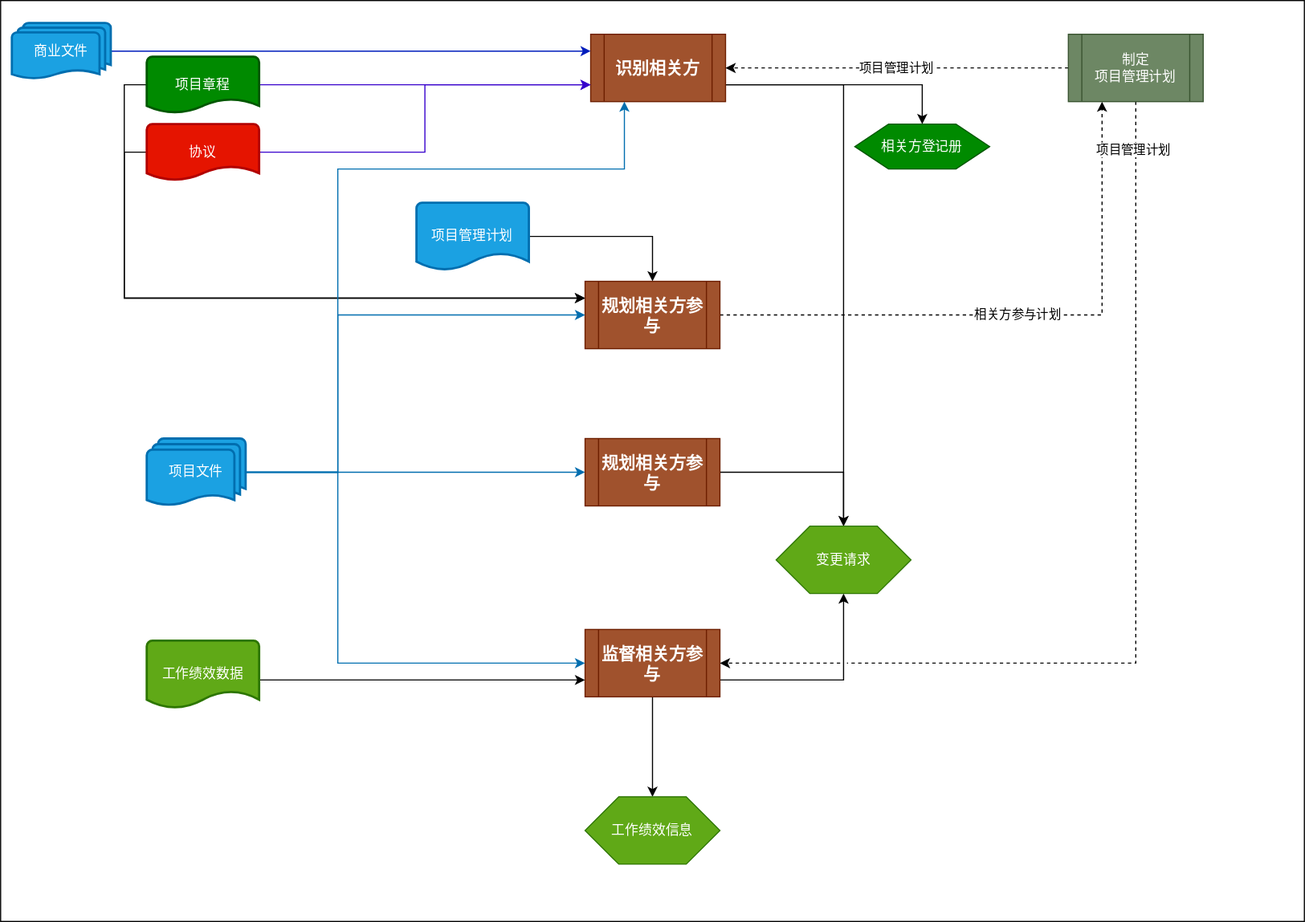
The draw.io diagram docs/related_parties_management/relation.drawio.svg in AlvinLicuntao/pmp-note, before a commit. Source tidied: cells renumbered, new cells last; positions are measured from the earlier drawing's top-left corner, leaving out a move shared by most shapes.
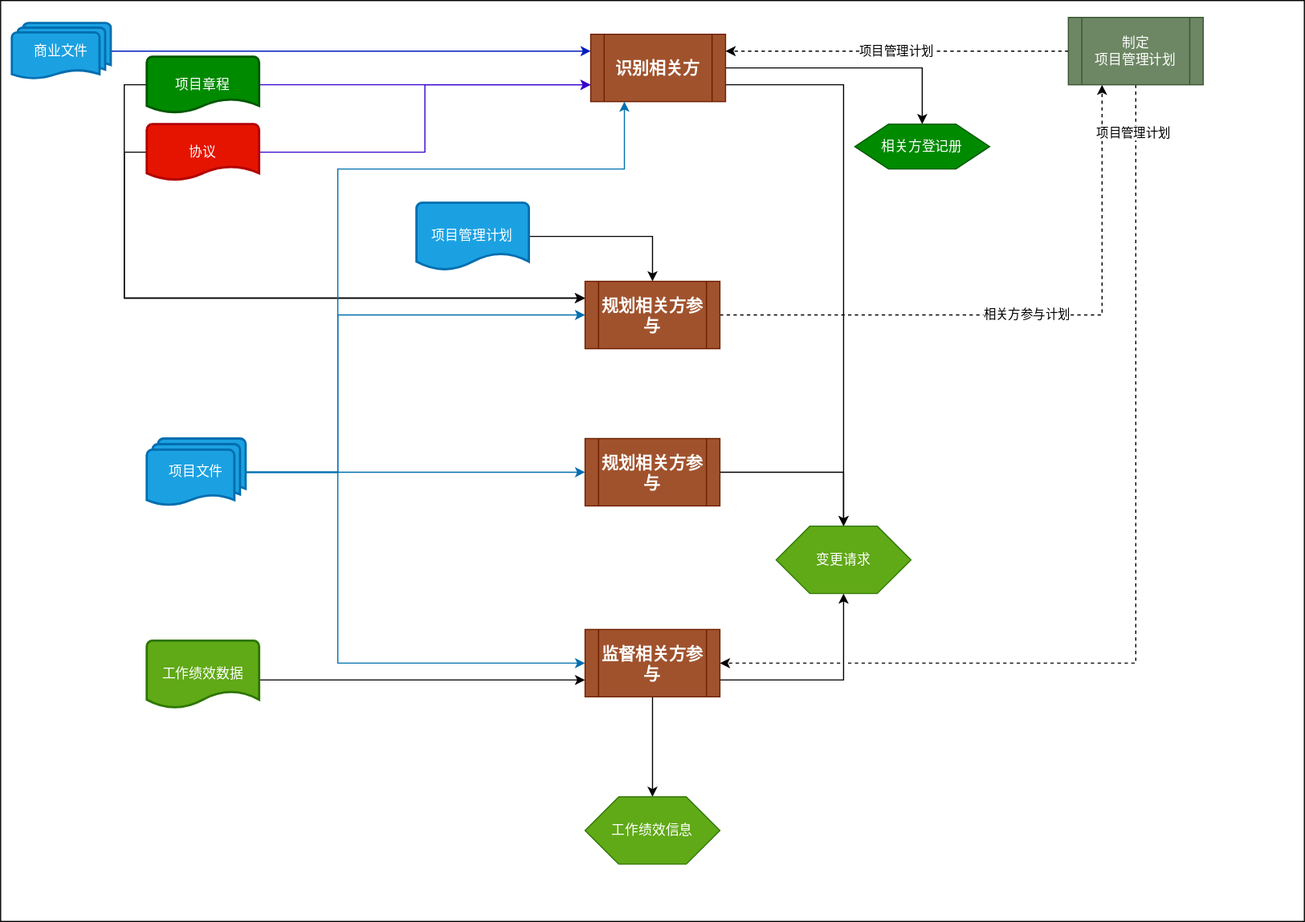
Later version of the same file.

Commit message:
修改相关方关联关系

What changed in the source:
```diff
@@ -5,7 +5,7 @@
     <mxCell id="2" style="rounded=0;whiteSpace=wrap;html=1;" parent="1" vertex="1">
       <mxGeometry width="1160" height="820" as="geometry" />
     </mxCell>
-    <mxCell id="3" style="edgeStyle=orthogonalEdgeStyle;rounded=0;jettySize=auto;html=1;exitX=1;exitY=0.75;exitDx=0;exitDy=0;entryX=0.5;entryY=0;entryDx=0;entryDy=0;" parent="1" edge="1" source="5" target="36">
+    <mxCell id="3" style="edgeStyle=orthogonalEdgeStyle;rounded=0;jettySize=auto;html=1;exitX=1;exitY=0.5;exitDx=0;exitDy=0;entryX=0.5;entryY=0;entryDx=0;entryDy=0;" parent="1" edge="1" source="5" target="36">
       <mxGeometry relative="1" as="geometry" />
     </mxCell>
     <mxCell id="4" style="edgeStyle=orthogonalEdgeStyle;rounded=0;jettySize=auto;html=1;exitX=1;exitY=0.75;exitDx=0;exitDy=0;" parent="1" edge="1" source="5" target="35">
@@ -53,11 +53,11 @@
     <mxCell id="18" value="项目管理计划" style="edgeLabel;html=1;align=center;verticalAlign=middle;" parent="17" vertex="1">
       <mxGeometry x="-0.9" y="-3" relative="1" as="geometry" />
     </mxCell>
-    <mxCell id="19" value="项目管理计划" style="edgeStyle=orthogonalEdgeStyle;rounded=0;jettySize=auto;html=1;exitX=0;exitY=0.5;exitDx=0;exitDy=0;entryX=1;entryY=0.5;entryDx=0;entryDy=0;dashed=1;" parent="1" edge="1" source="20" target="5">
+    <mxCell id="19" value="项目管理计划" style="edgeStyle=orthogonalEdgeStyle;rounded=0;jettySize=auto;html=1;exitX=0;exitY=0.5;exitDx=0;exitDy=0;entryX=1;entryY=0.25;entryDx=0;entryDy=0;dashed=1;" parent="1" edge="1" source="20" target="5">
       <mxGeometry relative="1" as="geometry" />
     </mxCell>
     <mxCell id="20" value="制定&lt;br&gt;项目管理计划" style="shape=process;whiteSpace=wrap;html=1;backgroundOutline=1;fillColor=#6d8764;strokeColor=#3A5431;fontColor=#ffffff;" parent="1" vertex="1">
-      <mxGeometry x="950" y="30" width="120" height="60" as="geometry" />
+      <mxGeometry x="950" y="15" width="120" height="60" as="geometry" />
     </mxCell>
     <mxCell id="21" style="edgeStyle=orthogonalEdgeStyle;rounded=0;jettySize=auto;html=1;exitX=1;exitY=0.5;exitDx=0;exitDy=0;exitPerimeter=0;entryX=0;entryY=0.5;entryDx=0;entryDy=0;jumpStyle=gap;fillColor=#1ba1e2;strokeColor=#006EAF;" parent="1" edge="1" source="25" target="7">
       <mxGeometry relative="1" as="geometry">
```
